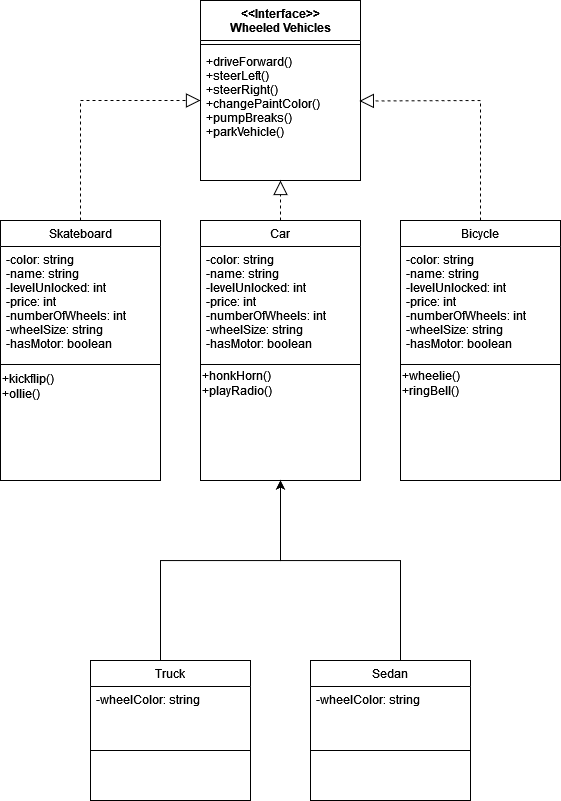
Above: homework5/Wheeled Vehicles OOP-UML Class Diagram.png in jonahpena/tekcamp (draw.io), before the change. Source tidied: cells renumbered, new cells last; positions are measured from the earlier drawing's top-left corner, leaving out a move shared by most shapes. The source it was exported from:
```xml
<mxGraphModel>
  <root>
    <mxCell id="0" />
    <mxCell id="1" parent="0" />
    <mxCell id="2" value="&lt;&lt;Interface&gt;&gt;&#10;Wheeled Vehicles" style="swimlane;fontStyle=1;align=center;verticalAlign=top;horizontal=1;startSize=40;rounded=0;shadow=0;strokeWidth=1;" parent="1" vertex="1">
      <mxGeometry x="200" width="160" height="180" as="geometry" />
    </mxCell>
    <mxCell id="3" style="line;html=1;strokeWidth=1;align=left;verticalAlign=middle;spacingTop=-1;spacingLeft=3;spacingRight=3;labelPosition=right;" parent="2" vertex="1">
      <mxGeometry y="40" width="160" height="8" as="geometry" />
    </mxCell>
    <mxCell id="4" value="+driveForward()&#10;+steerLeft()&#10;+steerRight()&#10;+changePaintColor()&#10;+pumpBreaks()&#10;+parkVehicle()" style="text;align=left;verticalAlign=top;spacingLeft=4;spacingRight=4;overflow=hidden;points=[[0,0.5],[1,0.5]];portConstraint=eastwest;" parent="2" vertex="1">
      <mxGeometry y="48" width="160" height="128" as="geometry" />
    </mxCell>
    <mxCell id="5" value="Car" style="swimlane;fontStyle=0;align=center;verticalAlign=top;horizontal=1;startSize=26;rounded=0;shadow=0;strokeWidth=1;" parent="1" vertex="1">
      <mxGeometry x="200" y="220" width="160" height="260" as="geometry" />
    </mxCell>
    <mxCell id="6" value="-color: string&#10;-name: string&#10;-levelUnlocked: int&#10;-price: int&#10;-numberOfWheels: int&#10;-wheelSize: string&#10;-hasMotor: boolean" style="text;align=left;verticalAlign=top;spacingLeft=4;spacingRight=4;overflow=hidden;" parent="5" vertex="1">
      <mxGeometry y="26" width="160" height="114" as="geometry" />
    </mxCell>
    <mxCell id="7" style="line;html=1;strokeWidth=1;align=left;verticalAlign=middle;spacingTop=-1;spacingLeft=3;spacingRight=3;labelPosition=right;" parent="5" vertex="1">
      <mxGeometry y="140" width="160" height="8" as="geometry" />
    </mxCell>
    <mxCell id="8" value="+honkHorn()&lt;div&gt;+playRadio()&lt;/div&gt;" style="text;html=1;align=left;verticalAlign=middle;strokeColor=none;fillColor=none;" parent="5" vertex="1">
      <mxGeometry y="148" width="160" height="30" as="geometry" />
    </mxCell>
    <mxCell id="9" value="Skateboard" style="swimlane;fontStyle=0;align=center;verticalAlign=top;horizontal=1;startSize=26;rounded=0;shadow=0;strokeWidth=1;" parent="1" vertex="1">
      <mxGeometry y="220" width="160" height="260" as="geometry" />
    </mxCell>
    <mxCell id="10" value="-color: string&#10;-name: string&#10;-levelUnlocked: int&#10;-price: int&#10;-numberOfWheels: int&#10;-wheelSize: string&#10;-hasMotor: boolean" style="text;align=left;verticalAlign=top;spacingLeft=4;spacingRight=4;overflow=hidden;" parent="9" vertex="1">
      <mxGeometry y="26" width="160" height="114" as="geometry" />
    </mxCell>
    <mxCell id="11" style="line;html=1;strokeWidth=1;align=left;verticalAlign=middle;spacingTop=-1;spacingLeft=3;spacingRight=3;labelPosition=right;" parent="9" vertex="1">
      <mxGeometry y="140" width="160" height="8" as="geometry" />
    </mxCell>
    <mxCell id="12" value="&lt;div&gt;+kickflip()&lt;/div&gt;&lt;div&gt;+ollie()&lt;/div&gt;&lt;div&gt;&lt;br&gt;&lt;/div&gt;" style="text;html=1;align=left;verticalAlign=middle;strokeColor=none;fillColor=none;" parent="9" vertex="1">
      <mxGeometry y="148" width="160" height="50" as="geometry" />
    </mxCell>
    <mxCell id="13" value="Bicycle" style="swimlane;fontStyle=0;align=center;verticalAlign=top;horizontal=1;startSize=26;rounded=0;shadow=0;strokeWidth=1;" parent="1" vertex="1">
      <mxGeometry x="400" y="220" width="160" height="260" as="geometry" />
    </mxCell>
    <mxCell id="14" value="-color: string&#10;-name: string&#10;-levelUnlocked: int&#10;-price: int&#10;-numberOfWheels: int&#10;-wheelSize: string&#10;-hasMotor: boolean" style="text;align=left;verticalAlign=top;spacingLeft=4;spacingRight=4;overflow=hidden;" parent="13" vertex="1">
      <mxGeometry y="26" width="160" height="114" as="geometry" />
    </mxCell>
    <mxCell id="15" style="line;html=1;strokeWidth=1;align=left;verticalAlign=middle;spacingTop=-1;spacingLeft=3;spacingRight=3;labelPosition=right;" parent="13" vertex="1">
      <mxGeometry y="140" width="160" height="8" as="geometry" />
    </mxCell>
    <mxCell id="16" value="+wheelie()&lt;div&gt;+ringBell()&lt;br&gt;&lt;/div&gt;" style="text;html=1;align=left;verticalAlign=middle;strokeColor=none;fillColor=none;" parent="13" vertex="1">
      <mxGeometry y="148" width="160" height="30" as="geometry" />
    </mxCell>
    <mxCell id="17" style="edgeStyle=orthogonalEdgeStyle;rounded=0;jettySize=auto;html=1;" parent="1" edge="1" source="18">
      <mxGeometry relative="1" as="geometry">
        <mxPoint x="280" y="480" as="targetPoint" />
        <Array as="points">
          <mxPoint x="160" y="560" />
          <mxPoint x="280" y="560" />
        </Array>
      </mxGeometry>
    </mxCell>
    <mxCell id="18" value="Truck&#10;" style="swimlane;fontStyle=0;align=center;verticalAlign=top;horizontal=1;startSize=26;rounded=0;shadow=0;strokeWidth=1;" parent="1" vertex="1">
      <mxGeometry x="90" y="660" width="160" height="140" as="geometry" />
    </mxCell>
    <mxCell id="19" value="-wheelColor: string&#10;" style="text;align=left;verticalAlign=top;spacingLeft=4;spacingRight=4;overflow=hidden;" parent="18" vertex="1">
      <mxGeometry y="26" width="160" height="54" as="geometry" />
    </mxCell>
    <mxCell id="20" style="line;html=1;strokeWidth=1;align=left;verticalAlign=middle;spacingTop=-1;spacingLeft=3;spacingRight=3;labelPosition=right;" parent="18" vertex="1">
      <mxGeometry y="80" width="160" height="20" as="geometry" />
    </mxCell>
    <mxCell id="21" style="edgeStyle=orthogonalEdgeStyle;rounded=0;jettySize=auto;html=1;entryX=0.5;entryY=1;entryDx=0;entryDy=0;" parent="1" edge="1" source="22" target="5">
      <mxGeometry relative="1" as="geometry">
        <Array as="points">
          <mxPoint x="400" y="560" />
          <mxPoint x="280" y="560" />
        </Array>
      </mxGeometry>
    </mxCell>
    <mxCell id="22" value="Sedan&#10;" style="swimlane;fontStyle=0;align=center;verticalAlign=top;horizontal=1;startSize=26;rounded=0;shadow=0;strokeWidth=1;" parent="1" vertex="1">
      <mxGeometry x="310" y="660" width="160" height="140" as="geometry" />
    </mxCell>
    <mxCell id="23" value="-wheelColor: string" style="text;align=left;verticalAlign=top;spacingLeft=4;spacingRight=4;overflow=hidden;" parent="22" vertex="1">
      <mxGeometry y="26" width="160" height="54" as="geometry" />
    </mxCell>
    <mxCell id="24" style="line;html=1;strokeWidth=1;align=left;verticalAlign=middle;spacingTop=-1;spacingLeft=3;spacingRight=3;labelPosition=right;" parent="22" vertex="1">
      <mxGeometry y="80" width="160" height="20" as="geometry" />
    </mxCell>
    <mxCell id="25" style="endArrow=block;dashed=1;endFill=0;endSize=12;html=1;rounded=0;exitX=0.5;exitY=0;exitDx=0;exitDy=0;" parent="1" edge="1" source="9">
      <mxGeometry relative="1" as="geometry">
        <mxPoint x="200" y="100" as="targetPoint" />
        <Array as="points">
          <mxPoint x="80" y="100" />
        </Array>
      </mxGeometry>
    </mxCell>
    <mxCell id="26" style="endArrow=block;dashed=1;endFill=0;endSize=12;html=1;rounded=0;exitX=0.5;exitY=0;exitDx=0;exitDy=0;entryX=0.993;entryY=0.41;entryDx=0;entryDy=0;entryPerimeter=0;" parent="1" edge="1" target="4">
      <mxGeometry relative="1" as="geometry">
        <mxPoint x="480" y="220" as="sourcePoint" />
        <Array as="points">
          <mxPoint x="480" y="100" />
        </Array>
      </mxGeometry>
    </mxCell>
    <mxCell id="27" style="endArrow=block;dashed=1;endFill=0;endSize=12;html=1;rounded=0;entryX=0.5;entryY=1;entryDx=0;entryDy=0;" parent="1" edge="1" target="2">
      <mxGeometry relative="1" as="geometry">
        <mxPoint x="280" y="220" as="sourcePoint" />
      </mxGeometry>
    </mxCell>
  </root>
</mxGraphModel>
```
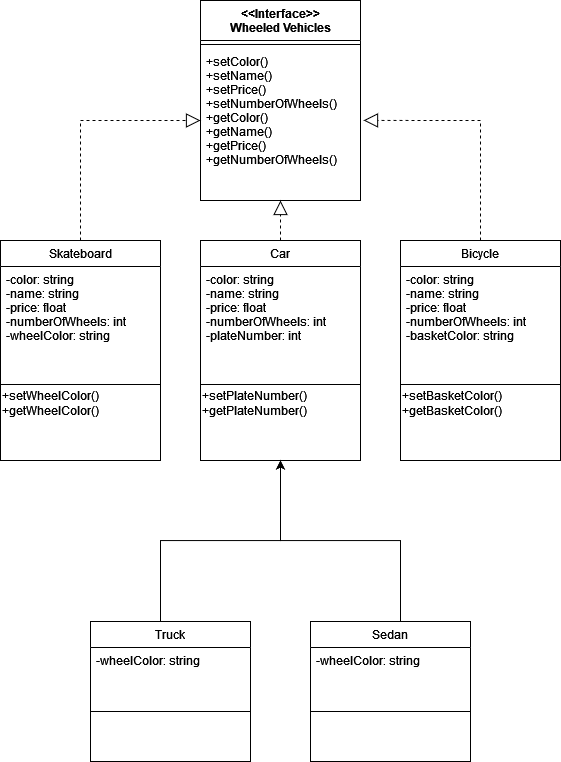
After the change.

Commit message:
made changes to UML Class diagram

Diff of the diagram source:
```diff
@@ -3,61 +3,61 @@
     <mxCell id="0" />
     <mxCell id="1" parent="0" />
     <mxCell id="2" value="&lt;&lt;Interface&gt;&gt;&#10;Wheeled Vehicles" style="swimlane;fontStyle=1;align=center;verticalAlign=top;horizontal=1;startSize=40;rounded=0;shadow=0;strokeWidth=1;" parent="1" vertex="1">
-      <mxGeometry x="200" width="160" height="180" as="geometry" />
+      <mxGeometry x="200" y="-20" width="160" height="200" as="geometry" />
     </mxCell>
     <mxCell id="3" style="line;html=1;strokeWidth=1;align=left;verticalAlign=middle;spacingTop=-1;spacingLeft=3;spacingRight=3;labelPosition=right;" parent="2" vertex="1">
       <mxGeometry y="40" width="160" height="8" as="geometry" />
     </mxCell>
-    <mxCell id="4" value="+driveForward()&#10;+steerLeft()&#10;+steerRight()&#10;+changePaintColor()&#10;+pumpBreaks()&#10;+parkVehicle()" style="text;align=left;verticalAlign=top;spacingLeft=4;spacingRight=4;overflow=hidden;points=[[0,0.5],[1,0.5]];portConstraint=eastwest;" parent="2" vertex="1">
-      <mxGeometry y="48" width="160" height="128" as="geometry" />
+    <mxCell id="4" value="+setColor()&#10;+setName()&#10;+setPrice()&#10;+setNumberOfWheels()&#10;+getColor()&#10;+getName()&#10;+getPrice()&#10;+getNumberOfWheels()&#10;&#10;&#10;&#10;" style="text;align=left;verticalAlign=top;spacingLeft=4;spacingRight=4;overflow=hidden;points=[[0,0.5],[1,0.5]];portConstraint=eastwest;" parent="2" vertex="1">
+      <mxGeometry y="48" width="160" height="152" as="geometry" />
     </mxCell>
     <mxCell id="5" value="Car" style="swimlane;fontStyle=0;align=center;verticalAlign=top;horizontal=1;startSize=26;rounded=0;shadow=0;strokeWidth=1;" parent="1" vertex="1">
-      <mxGeometry x="200" y="220" width="160" height="260" as="geometry" />
+      <mxGeometry x="200" y="220" width="160" height="220" as="geometry" />
     </mxCell>
-    <mxCell id="6" value="-color: string&#10;-name: string&#10;-levelUnlocked: int&#10;-price: int&#10;-numberOfWheels: int&#10;-wheelSize: string&#10;-hasMotor: boolean" style="text;align=left;verticalAlign=top;spacingLeft=4;spacingRight=4;overflow=hidden;" parent="5" vertex="1">
+    <mxCell id="6" value="-color: string&#10;-name: string&#10;-price: float&#10;-numberOfWheels: int&#10;-plateNumber: int&#10;&#10;" style="text;align=left;verticalAlign=top;spacingLeft=4;spacingRight=4;overflow=hidden;" parent="5" vertex="1">
       <mxGeometry y="26" width="160" height="114" as="geometry" />
     </mxCell>
     <mxCell id="7" style="line;html=1;strokeWidth=1;align=left;verticalAlign=middle;spacingTop=-1;spacingLeft=3;spacingRight=3;labelPosition=right;" parent="5" vertex="1">
       <mxGeometry y="140" width="160" height="8" as="geometry" />
     </mxCell>
-    <mxCell id="8" value="+honkHorn()&lt;div&gt;+playRadio()&lt;/div&gt;" style="text;html=1;align=left;verticalAlign=middle;strokeColor=none;fillColor=none;" parent="5" vertex="1">
-      <mxGeometry y="148" width="160" height="30" as="geometry" />
-    </mxCell>
+    <mxCell id="28" value="&lt;div&gt;+setPlateNumber()&lt;/div&gt;&lt;div&gt;+getPlateNumber()&lt;br&gt;&lt;/div&gt;" style="text;html=1;align=left;verticalAlign=middle;strokeColor=none;fillColor=none;" parent="5" vertex="1">
+      <mxGeometry y="148" width="160" height="30" as="geometry" />
+    </mxCell>
     <mxCell id="9" value="Skateboard" style="swimlane;fontStyle=0;align=center;verticalAlign=top;horizontal=1;startSize=26;rounded=0;shadow=0;strokeWidth=1;" parent="1" vertex="1">
-      <mxGeometry y="220" width="160" height="260" as="geometry" />
+      <mxGeometry y="220" width="160" height="220" as="geometry" />
     </mxCell>
-    <mxCell id="10" value="-color: string&#10;-name: string&#10;-levelUnlocked: int&#10;-price: int&#10;-numberOfWheels: int&#10;-wheelSize: string&#10;-hasMotor: boolean" style="text;align=left;verticalAlign=top;spacingLeft=4;spacingRight=4;overflow=hidden;" parent="9" vertex="1">
+    <mxCell id="10" value="-color: string&#10;-name: string&#10;-price: float&#10;-numberOfWheels: int&#10;-wheelColor: string" style="text;align=left;verticalAlign=top;spacingLeft=4;spacingRight=4;overflow=hidden;" parent="9" vertex="1">
       <mxGeometry y="26" width="160" height="114" as="geometry" />
     </mxCell>
     <mxCell id="11" style="line;html=1;strokeWidth=1;align=left;verticalAlign=middle;spacingTop=-1;spacingLeft=3;spacingRight=3;labelPosition=right;" parent="9" vertex="1">
       <mxGeometry y="140" width="160" height="8" as="geometry" />
     </mxCell>
-    <mxCell id="12" value="&lt;div&gt;+kickflip()&lt;/div&gt;&lt;div&gt;+ollie()&lt;/div&gt;&lt;div&gt;&lt;br&gt;&lt;/div&gt;" style="text;html=1;align=left;verticalAlign=middle;strokeColor=none;fillColor=none;" parent="9" vertex="1">
-      <mxGeometry y="148" width="160" height="50" as="geometry" />
-    </mxCell>
+    <mxCell id="29" value="&lt;div&gt;+setWheelColor()&lt;/div&gt;&lt;div&gt;+getWheelColor()&lt;br&gt;&lt;/div&gt;" style="text;html=1;align=left;verticalAlign=middle;strokeColor=none;fillColor=none;" parent="9" vertex="1">
+      <mxGeometry y="148" width="160" height="30" as="geometry" />
+    </mxCell>
     <mxCell id="13" value="Bicycle" style="swimlane;fontStyle=0;align=center;verticalAlign=top;horizontal=1;startSize=26;rounded=0;shadow=0;strokeWidth=1;" parent="1" vertex="1">
-      <mxGeometry x="400" y="220" width="160" height="260" as="geometry" />
+      <mxGeometry x="400" y="220" width="160" height="220" as="geometry" />
     </mxCell>
-    <mxCell id="14" value="-color: string&#10;-name: string&#10;-levelUnlocked: int&#10;-price: int&#10;-numberOfWheels: int&#10;-wheelSize: string&#10;-hasMotor: boolean" style="text;align=left;verticalAlign=top;spacingLeft=4;spacingRight=4;overflow=hidden;" parent="13" vertex="1">
+    <mxCell id="14" value="-color: string&#10;-name: string&#10;-price: float&#10;-numberOfWheels: int&#10;-basketColor: string&#10;&#10;" style="text;align=left;verticalAlign=top;spacingLeft=4;spacingRight=4;overflow=hidden;" parent="13" vertex="1">
       <mxGeometry y="26" width="160" height="114" as="geometry" />
     </mxCell>
     <mxCell id="15" style="line;html=1;strokeWidth=1;align=left;verticalAlign=middle;spacingTop=-1;spacingLeft=3;spacingRight=3;labelPosition=right;" parent="13" vertex="1">
       <mxGeometry y="140" width="160" height="8" as="geometry" />
     </mxCell>
-    <mxCell id="16" value="+wheelie()&lt;div&gt;+ringBell()&lt;br&gt;&lt;/div&gt;" style="text;html=1;align=left;verticalAlign=middle;strokeColor=none;fillColor=none;" parent="13" vertex="1">
-      <mxGeometry y="148" width="160" height="30" as="geometry" />
-    </mxCell>
+    <mxCell id="30" value="&lt;div&gt;+setBasketColor()&lt;/div&gt;&lt;div&gt;+getBasketColor()&lt;br&gt;&lt;/div&gt;" style="text;html=1;align=left;verticalAlign=middle;strokeColor=none;fillColor=none;" parent="13" vertex="1">
+      <mxGeometry y="148" width="160" height="30" as="geometry" />
+    </mxCell>
     <mxCell id="17" style="edgeStyle=orthogonalEdgeStyle;rounded=0;jettySize=auto;html=1;" parent="1" edge="1" source="18">
       <mxGeometry relative="1" as="geometry">
-        <mxPoint x="280" y="480" as="targetPoint" />
+        <mxPoint x="280" y="440" as="targetPoint" />
         <Array as="points">
-          <mxPoint x="160" y="560" />
-          <mxPoint x="280" y="560" />
+          <mxPoint x="160" y="520" />
+          <mxPoint x="280" y="520" />
         </Array>
       </mxGeometry>
     </mxCell>
     <mxCell id="18" value="Truck&#10;" style="swimlane;fontStyle=0;align=center;verticalAlign=top;horizontal=1;startSize=26;rounded=0;shadow=0;strokeWidth=1;" parent="1" vertex="1">
-      <mxGeometry x="90" y="660" width="160" height="140" as="geometry" />
+      <mxGeometry x="90" y="601" width="160" height="140" as="geometry" />
     </mxCell>
     <mxCell id="19" value="-wheelColor: string&#10;" style="text;align=left;verticalAlign=top;spacingLeft=4;spacingRight=4;overflow=hidden;" parent="18" vertex="1">
       <mxGeometry y="26" width="160" height="54" as="geometry" />
@@ -68,13 +68,13 @@
     <mxCell id="21" style="edgeStyle=orthogonalEdgeStyle;rounded=0;jettySize=auto;html=1;entryX=0.5;entryY=1;entryDx=0;entryDy=0;" parent="1" edge="1" source="22" target="5">
       <mxGeometry relative="1" as="geometry">
         <Array as="points">
-          <mxPoint x="400" y="560" />
-          <mxPoint x="280" y="560" />
+          <mxPoint x="400" y="520" />
+          <mxPoint x="280" y="520" />
         </Array>
       </mxGeometry>
     </mxCell>
     <mxCell id="22" value="Sedan&#10;" style="swimlane;fontStyle=0;align=center;verticalAlign=top;horizontal=1;startSize=26;rounded=0;shadow=0;strokeWidth=1;" parent="1" vertex="1">
-      <mxGeometry x="310" y="660" width="160" height="140" as="geometry" />
+      <mxGeometry x="310" y="601" width="160" height="140" as="geometry" />
     </mxCell>
     <mxCell id="23" value="-wheelColor: string" style="text;align=left;verticalAlign=top;spacingLeft=4;spacingRight=4;overflow=hidden;" parent="22" vertex="1">
       <mxGeometry y="26" width="160" height="54" as="geometry" />
@@ -90,7 +90,7 @@
         </Array>
       </mxGeometry>
     </mxCell>
-    <mxCell id="26" style="endArrow=block;dashed=1;endFill=0;endSize=12;html=1;rounded=0;exitX=0.5;exitY=0;exitDx=0;exitDy=0;entryX=0.993;entryY=0.41;entryDx=0;entryDy=0;entryPerimeter=0;" parent="1" edge="1" target="4">
+    <mxCell id="26" style="endArrow=block;dashed=1;endFill=0;endSize=12;html=1;rounded=0;exitX=0.5;exitY=0;exitDx=0;exitDy=0;entryX=1.019;entryY=0.473;entryDx=0;entryDy=0;entryPerimeter=0;" parent="1" edge="1" target="4">
       <mxGeometry relative="1" as="geometry">
         <mxPoint x="480" y="220" as="sourcePoint" />
         <Array as="points">
```
